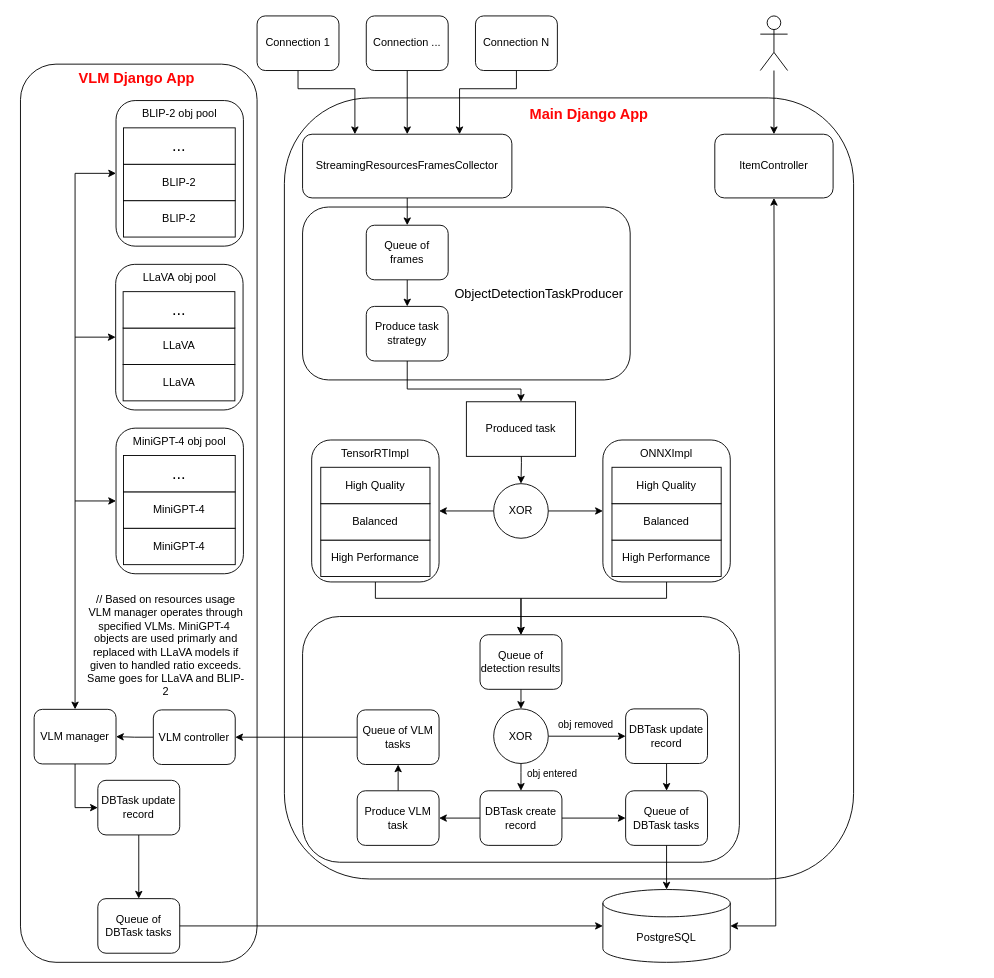
Before: Диаграмма без названия.drawio in BaronVice/schemas, a draw.io diagram. Source tidied: cells renumbered, new cells numbered last; positions are measured from the earlier drawing's top-left corner, leaving out a move shared by most shapes. Both pictures are drawn from the tidied source at 91%, with x=0, y=0 at pixel (15, 15).
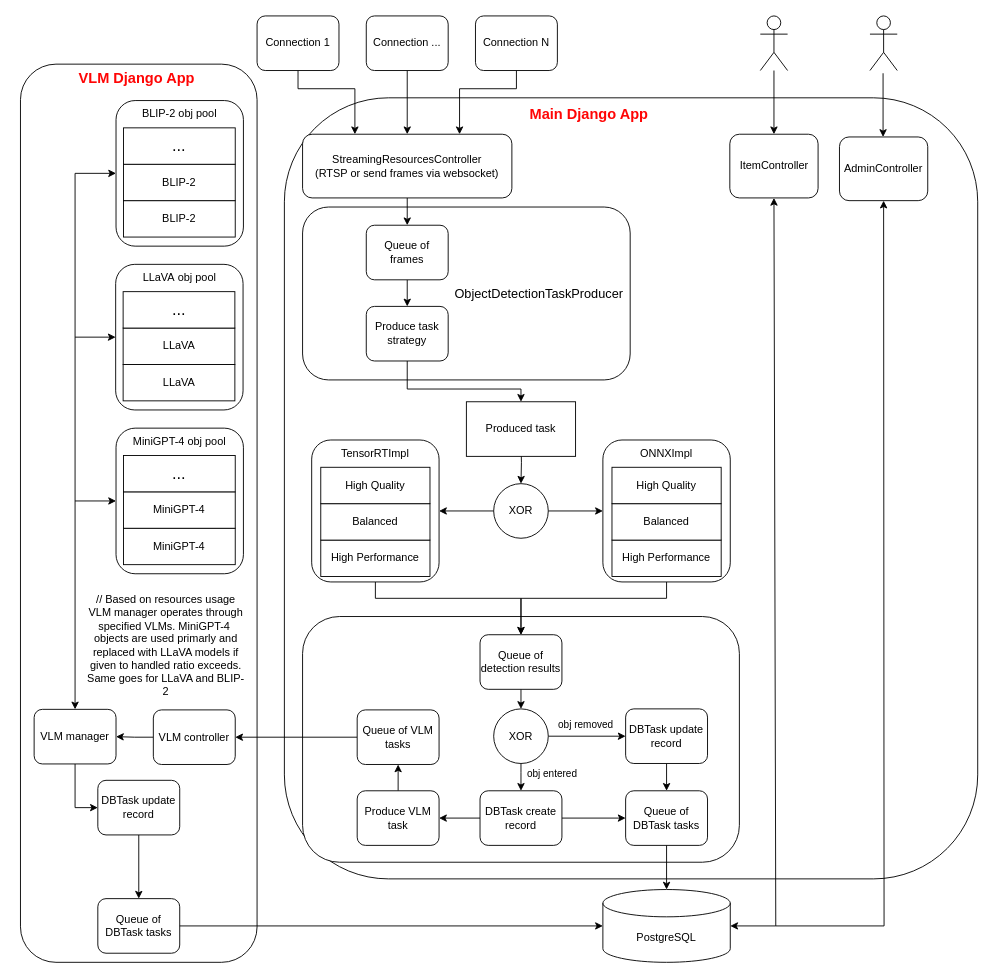
The same page after the edit.

What changed in the source:
```diff
@@
     <mxCell id="2" style="rounded=1;whiteSpace=wrap;html=1;rotation=90;" parent="1" vertex="1">
-      <mxGeometry x="179.6" y="206.5" width="858.3" height="625.5" as="geometry" />
+      <mxGeometry x="247.8" y="138.2" width="858.3" height="761.9" as="geometry" />
     </mxCell>
@@
-    <mxCell id="5" value="StreamingResourcesFramesCollector" style="rounded=1;whiteSpace=wrap;html=1;" parent="1" vertex="1">
+    <mxCell id="5" value="&lt;div&gt;StreamingResourcesController&lt;/div&gt;(RTSP or send frames via websocket)" style="rounded=1;whiteSpace=wrap;html=1;" parent="1" vertex="1">
       <mxGeometry x="316" y="130" width="230" height="70" as="geometry" />
     </mxCell>
@@
     <mxCell id="81" value="ItemController" style="rounded=1;whiteSpace=wrap;html=1;" parent="1" vertex="1">
-      <mxGeometry x="769" y="130" width="130" height="70" as="geometry" />
+      <mxGeometry x="785.5" y="130" width="97" height="70" as="geometry" />
     </mxCell>
@@
+    <mxCell id="88" value="AdminController" style="rounded=1;whiteSpace=wrap;html=1;" parent="1" vertex="1">
+      <mxGeometry x="906" y="133" width="97" height="70" as="geometry" />
+    </mxCell>
+    <mxCell id="89" style="shape=umlActor;verticalLabelPosition=bottom;verticalAlign=top;html=1;" parent="1" vertex="1">
+      <mxGeometry x="939.5" width="30" height="60" as="geometry" />
+    </mxCell>
+    <mxCell id="90" style="endArrow=classic;html=1;rounded=0;entryX=0.5;entryY=0;entryDx=0;entryDy=0;" parent="1" edge="1">
+      <mxGeometry relative="1" as="geometry">
+        <mxPoint x="953.9" y="63" as="sourcePoint" />
+        <mxPoint x="953.9" y="133" as="targetPoint" />
+      </mxGeometry>
+    </mxCell>
+    <mxCell id="91" style="endArrow=classic;html=1;rounded=0;entryX=0.5;entryY=1;entryDx=0;entryDy=0;" parent="1" edge="1" target="88">
+      <mxGeometry relative="1" as="geometry">
+        <mxPoint x="836" y="1000" as="sourcePoint" />
+        <Array as="points">
+          <mxPoint x="955" y="1000" />
+        </Array>
+      </mxGeometry>
+    </mxCell>
```
